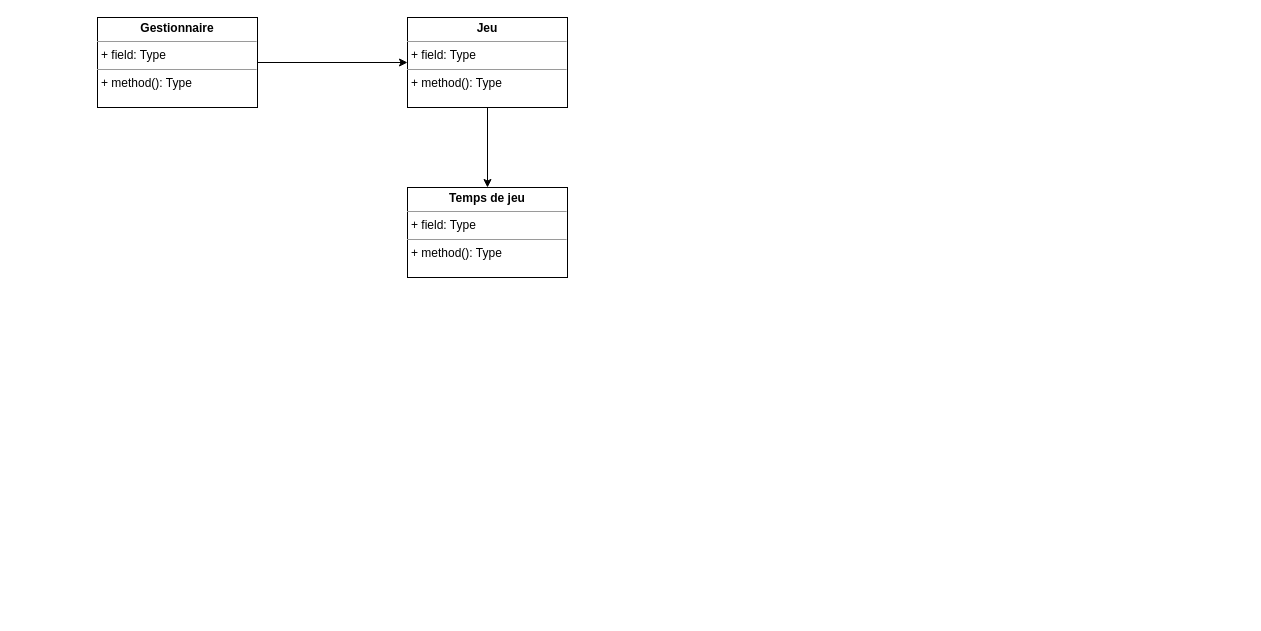
This is Projet VAPEUR.drawio from PorcTooGay/PROJET-VAPEUR-, a draw.io file, before an edit. Source tidied: cells renumbered, new cells numbered last; positions are measured from the earlier drawing's top-left corner, leaving out a move shared by most shapes. Both pictures are drawn from the tidied source at 100%, with x=0, y=0 at pixel (97, 17).
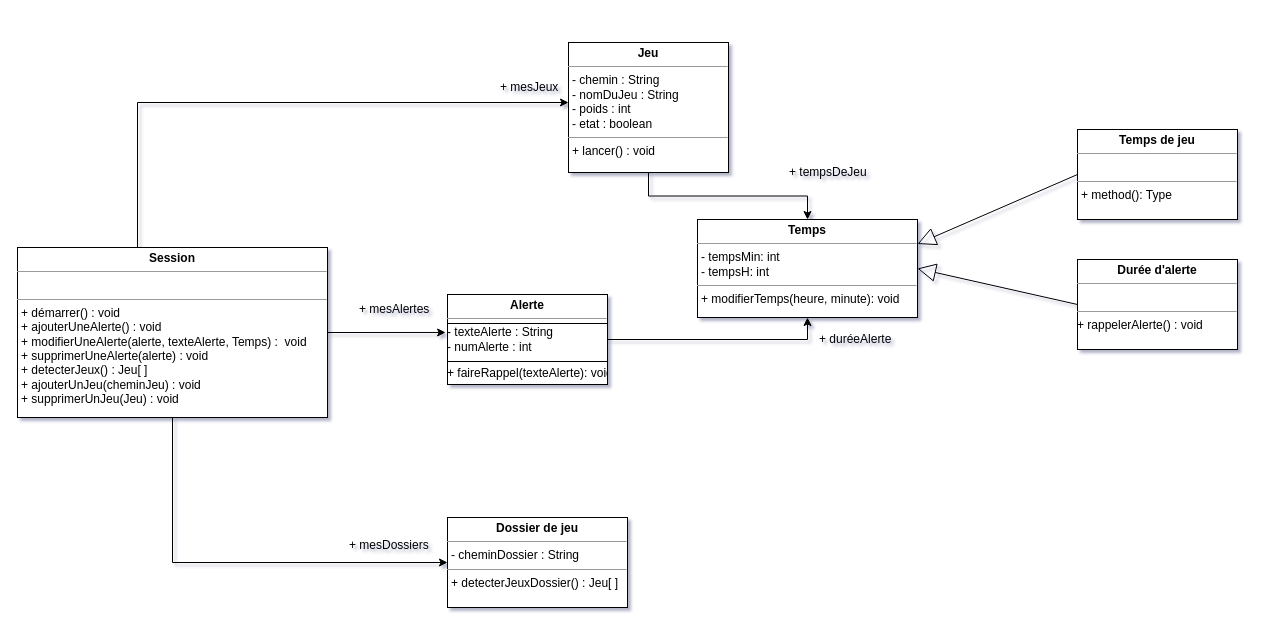
The same page after the edit.

What changed in the source:
```diff
@@
-<mxGraphModel>
+<mxGraphModel shadow="1">
@@
-    <mxCell id="3" value="&lt;p style=&quot;margin: 0px ; margin-top: 4px ; text-align: center&quot;&gt;&lt;b&gt;Jeu&lt;/b&gt;&lt;/p&gt;&lt;hr size=&quot;1&quot;&gt;&lt;p style=&quot;margin: 0px ; margin-left: 4px&quot;&gt;+ field: Type&lt;/p&gt;&lt;hr size=&quot;1&quot;&gt;&lt;p style=&quot;margin: 0px ; margin-left: 4px&quot;&gt;+ method(): Type&lt;/p&gt;" style="verticalAlign=top;align=left;overflow=fill;fontSize=12;fontFamily=Helvetica;html=1;" parent="1" vertex="1">
-      <mxGeometry x="310" width="160" height="90" as="geometry" />
+    <mxCell id="3" value="&lt;p style=&quot;margin: 0px ; margin-top: 4px ; text-align: center&quot;&gt;&lt;b&gt;Jeu&lt;/b&gt;&lt;/p&gt;&lt;hr size=&quot;1&quot;&gt;&lt;p style=&quot;margin: 0px ; margin-left: 4px&quot;&gt;- chemin : String&lt;/p&gt;&lt;p style=&quot;margin: 0px ; margin-left: 4px&quot;&gt;- nomDuJeu : String&lt;/p&gt;&lt;p style=&quot;margin: 0px ; margin-left: 4px&quot;&gt;- poids : int&lt;/p&gt;&lt;p style=&quot;margin: 0px ; margin-left: 4px&quot;&gt;- etat : boolean&lt;br&gt;&lt;/p&gt;&lt;hr size=&quot;1&quot;&gt;&lt;p style=&quot;margin: 0px ; margin-left: 4px&quot;&gt;+ lancer() : void&lt;br&gt;&lt;/p&gt;" style="verticalAlign=top;align=left;overflow=fill;fontSize=12;fontFamily=Helvetica;html=1;" parent="1" vertex="1">
+      <mxGeometry x="471" y="25" width="160" height="130" as="geometry" />
     </mxCell>
-    <mxCell id="4" value="&lt;p style=&quot;margin: 0px ; margin-top: 4px ; text-align: center&quot;&gt;&lt;b&gt;Temps de jeu&lt;br&gt;&lt;/b&gt;&lt;/p&gt;&lt;hr size=&quot;1&quot;&gt;&lt;p style=&quot;margin: 0px ; margin-left: 4px&quot;&gt;+ field: Type&lt;/p&gt;&lt;hr size=&quot;1&quot;&gt;&lt;p style=&quot;margin: 0px ; margin-left: 4px&quot;&gt;+ method(): Type&lt;/p&gt;" style="verticalAlign=top;align=left;overflow=fill;fontSize=12;fontFamily=Helvetica;html=1;" parent="1" vertex="1">
-      <mxGeometry x="310" y="170" width="160" height="90" as="geometry" />
+    <mxCell id="4" value="&lt;p style=&quot;margin: 0px ; margin-top: 4px ; text-align: center&quot;&gt;&lt;b&gt;Temps&lt;br&gt;&lt;/b&gt;&lt;/p&gt;&lt;hr size=&quot;1&quot;&gt;&lt;p style=&quot;margin: 0px ; margin-left: 4px&quot;&gt;- tempsMin: int&lt;/p&gt;&lt;p style=&quot;margin: 0px ; margin-left: 4px&quot;&gt;- tempsH: int&lt;/p&gt;&lt;hr size=&quot;1&quot;&gt;&lt;p style=&quot;margin: 0px ; margin-left: 4px&quot;&gt;+ modifierTemps(heure, minute): void&lt;/p&gt;&lt;p style=&quot;margin: 0px ; margin-left: 4px&quot;&gt;&lt;br&gt;&lt;/p&gt;" style="verticalAlign=top;align=left;overflow=fill;fontSize=12;fontFamily=Helvetica;html=1;" parent="1" vertex="1">
+      <mxGeometry x="600" y="202" width="220" height="98" as="geometry" />
     </mxCell>
-    <mxCell id="5" style="edgeStyle=orthogonalEdgeStyle;rounded=0;jettySize=auto;html=1;exitX=1;exitY=0.5;exitDx=0;exitDy=0;" parent="1" edge="1" source="6" target="3">
-      <mxGeometry relative="1" as="geometry" />
+    <mxCell id="5" style="edgeStyle=orthogonalEdgeStyle;rounded=0;jettySize=auto;html=1;" parent="1" edge="1" source="13" target="3">
+      <mxGeometry relative="1" as="geometry">
+        <Array as="points">
+          <mxPoint x="40" y="85" />
+        </Array>
+      </mxGeometry>
     </mxCell>
-    <mxCell id="6" value="&lt;p style=&quot;margin: 0px ; margin-top: 4px ; text-align: center&quot;&gt;&lt;b&gt;Gestionnaire&lt;/b&gt;&lt;/p&gt;&lt;hr size=&quot;1&quot;&gt;&lt;p style=&quot;margin: 0px ; margin-left: 4px&quot;&gt;+ field: Type&lt;/p&gt;&lt;hr size=&quot;1&quot;&gt;&lt;p style=&quot;margin: 0px ; margin-left: 4px&quot;&gt;+ method(): Type&lt;/p&gt;" style="verticalAlign=top;align=left;overflow=fill;fontSize=12;fontFamily=Helvetica;html=1;" parent="1" vertex="1">
-      <mxGeometry width="160" height="90" as="geometry" />
-    </mxCell>
+    <mxCell id="7" style="edgeStyle=orthogonalEdgeStyle;rounded=0;jettySize=auto;html=1;exitX=1;exitY=0.5;exitDx=0;exitDy=0;entryX=0.5;entryY=1;entryDx=0;entryDy=0;" parent="1" edge="1" source="8" target="4">
+      <mxGeometry relative="1" as="geometry">
+        <Array as="points">
+          <mxPoint x="710" y="322" />
+        </Array>
+      </mxGeometry>
+    </mxCell>
+    <mxCell id="8" value="&lt;p style=&quot;margin: 0px ; margin-top: 4px ; text-align: center&quot;&gt;&lt;b&gt;Alerte&lt;br&gt;&lt;/b&gt;&lt;/p&gt;&lt;hr size=&quot;1&quot;&gt;&lt;div&gt;- texteAlerte : String&lt;/div&gt;&lt;div&gt;- numAlerte : int&lt;br&gt;&lt;/div&gt;&lt;p&gt;+ faireRappel(texteAlerte): void&lt;/p&gt;" style="verticalAlign=top;align=left;overflow=fill;fontSize=12;fontFamily=Helvetica;html=1;" parent="1" vertex="1">
+      <mxGeometry x="350" y="277" width="160" height="90" as="geometry" />
+    </mxCell>
+    <mxCell id="9" value="+ duréeAlerte" style="text;html=1;align=left;verticalAlign=top;spacingTop=-4;" parent="1" vertex="1">
+      <mxGeometry x="720" y="312" width="90" height="20" as="geometry" />
+    </mxCell>
+    <mxCell id="10" value="+ tempsDeJeu" style="text;html=1;align=left;verticalAlign=top;spacingTop=-4;" parent="1" vertex="1">
+      <mxGeometry x="690" y="145" width="100" height="20" as="geometry" />
+    </mxCell>
+    <mxCell id="11" style="edgeStyle=orthogonalEdgeStyle;rounded=0;jettySize=auto;html=1;exitX=1;exitY=0.5;exitDx=0;exitDy=0;entryX=-0.012;entryY=0.422;entryDx=0;entryDy=0;entryPerimeter=0;" parent="1" edge="1" source="13" target="8">
+      <mxGeometry relative="1" as="geometry" />
+    </mxCell>
+    <mxCell id="12" style="edgeStyle=orthogonalEdgeStyle;rounded=0;jettySize=auto;html=1;exitX=0.5;exitY=1;exitDx=0;exitDy=0;entryX=0;entryY=0.5;entryDx=0;entryDy=0;" parent="1" edge="1" source="13" target="21">
+      <mxGeometry relative="1" as="geometry" />
+    </mxCell>
+    <mxCell id="13" value="&lt;p style=&quot;margin: 0px ; margin-top: 4px ; text-align: center&quot;&gt;&lt;b&gt;Session&lt;/b&gt;&lt;/p&gt;&lt;hr size=&quot;1&quot;&gt;&lt;p style=&quot;margin: 0px ; margin-left: 4px&quot;&gt;&lt;br&gt;&lt;/p&gt;&lt;hr size=&quot;1&quot;&gt;&lt;p style=&quot;margin: 0px ; margin-left: 4px&quot;&gt;+ démarrer() : void&lt;/p&gt;&lt;p style=&quot;margin: 0px ; margin-left: 4px&quot;&gt;+ ajouterUneAlerte() : void&lt;/p&gt;&lt;p style=&quot;margin: 0px ; margin-left: 4px&quot;&gt;+ modifierUneAlerte(alerte, texteAlerte, Temps) :&amp;nbsp; void&lt;br&gt;&lt;/p&gt;&lt;p style=&quot;margin: 0px ; margin-left: 4px&quot;&gt;+ supprimerUneAlerte(alerte) : void&lt;br&gt;&lt;/p&gt;&lt;p style=&quot;margin: 0px ; margin-left: 4px&quot;&gt;+ detecterJeux() : Jeu[ ]&lt;br&gt;&lt;/p&gt;&lt;p style=&quot;margin: 0px ; margin-left: 4px&quot;&gt;+ ajouterUnJeu(cheminJeu) : void&lt;/p&gt;&lt;p style=&quot;margin: 0px ; margin-left: 4px&quot;&gt;+ supprimerUnJeu(Jeu) : void&lt;br&gt;&lt;/p&gt;&lt;p style=&quot;margin: 0px ; margin-left: 4px&quot;&gt;&lt;br&gt;&lt;/p&gt;&lt;p style=&quot;margin: 0px ; margin-left: 4px&quot;&gt;&lt;br&gt;&lt;/p&gt;" style="verticalAlign=top;align=left;overflow=fill;fontSize=12;fontFamily=Helvetica;html=1;" parent="1" vertex="1">
+      <mxGeometry x="-80" y="230" width="310" height="170" as="geometry" />
+    </mxCell>
+    <mxCell id="14" value="+ mesAlertes" style="text;html=1;align=left;verticalAlign=top;spacingTop=-4;" parent="1" vertex="1">
+      <mxGeometry x="260" y="282" width="90" height="20" as="geometry" />
+    </mxCell>
+    <mxCell id="15" value="+ mesJeux" style="text;html=1;align=left;verticalAlign=top;spacingTop=-4;" parent="1" vertex="1">
+      <mxGeometry x="401" y="60" width="80" height="20" as="geometry" />
+    </mxCell>
+    <mxCell id="16" value="&lt;p style=&quot;margin: 0px ; margin-top: 4px ; text-align: center&quot;&gt;&lt;b&gt;Durée d'alerte&lt;br&gt;&lt;/b&gt;&lt;/p&gt;&lt;hr size=&quot;1&quot;&gt;&lt;br&gt;&lt;hr size=&quot;1&quot;&gt;+ rappelerAlerte() : void" style="verticalAlign=top;align=left;overflow=fill;fontSize=12;fontFamily=Helvetica;html=1;" parent="1" vertex="1">
+      <mxGeometry x="980" y="242" width="160" height="90" as="geometry" />
+    </mxCell>
+    <mxCell id="17" value="&lt;p style=&quot;margin: 0px ; margin-top: 4px ; text-align: center&quot;&gt;&lt;b&gt;Temps de jeu&lt;br&gt;&lt;/b&gt;&lt;/p&gt;&lt;hr size=&quot;1&quot;&gt;&lt;p style=&quot;margin: 0px ; margin-left: 4px&quot;&gt;&lt;br&gt;&lt;/p&gt;&lt;hr size=&quot;1&quot;&gt;&lt;p style=&quot;margin: 0px ; margin-left: 4px&quot;&gt;+ method(): Type&lt;/p&gt;" style="verticalAlign=top;align=left;overflow=fill;fontSize=12;fontFamily=Helvetica;html=1;" parent="1" vertex="1">
+      <mxGeometry x="980" y="112" width="160" height="90" as="geometry" />
+    </mxCell>
+    <mxCell id="18" style="endArrow=block;endSize=16;endFill=0;html=1;exitX=0;exitY=0.5;exitDx=0;exitDy=0;entryX=1;entryY=0.5;entryDx=0;entryDy=0;" parent="1" edge="1" source="16" target="4">
+      <mxGeometry relative="1" as="geometry" />
+    </mxCell>
+    <mxCell id="19" style="endArrow=block;endSize=16;endFill=0;html=1;exitX=0;exitY=0.5;exitDx=0;exitDy=0;entryX=1;entryY=0.25;entryDx=0;entryDy=0;" parent="1" edge="1" source="17" target="4">
+      <mxGeometry relative="1" as="geometry" />
+    </mxCell>
+    <mxCell id="20" style="line;strokeWidth=1;fillColor=none;align=left;verticalAlign=middle;spacingTop=-1;spacingLeft=3;spacingRight=3;labelPosition=right;" parent="1" vertex="1">
+      <mxGeometry x="350" y="302" width="160" height="8" as="geometry" />
+    </mxCell>
+    <mxCell id="21" value="&lt;p style=&quot;margin: 0px ; margin-top: 4px ; text-align: center&quot;&gt;&lt;b&gt;Dossier de jeu&lt;br&gt;&lt;/b&gt;&lt;/p&gt;&lt;hr size=&quot;1&quot;&gt;&lt;p style=&quot;margin: 0px ; margin-left: 4px&quot;&gt;- cheminDossier : String&lt;br&gt;&lt;/p&gt;&lt;hr size=&quot;1&quot;&gt;&lt;p style=&quot;margin: 0px ; margin-left: 4px&quot;&gt;+ detecterJeuxDossier() : Jeu[ ]&lt;br&gt;&lt;/p&gt;" style="verticalAlign=top;align=left;overflow=fill;fontSize=12;fontFamily=Helvetica;html=1;" parent="1" vertex="1">
+      <mxGeometry x="350" y="500" width="180" height="90" as="geometry" />
+    </mxCell>
+    <mxCell id="22" value="+ mesDossiers" style="text;html=1;align=left;verticalAlign=top;spacingTop=-4;" parent="1" vertex="1">
+      <mxGeometry x="250" y="518" width="100" height="20" as="geometry" />
+    </mxCell>
+    <mxCell id="23" style="line;strokeWidth=1;fillColor=none;align=left;verticalAlign=middle;spacingTop=-1;spacingLeft=3;spacingRight=3;labelPosition=right;" parent="1" vertex="1">
+      <mxGeometry x="350" y="340" width="160" height="8" as="geometry" />
+    </mxCell>
```
